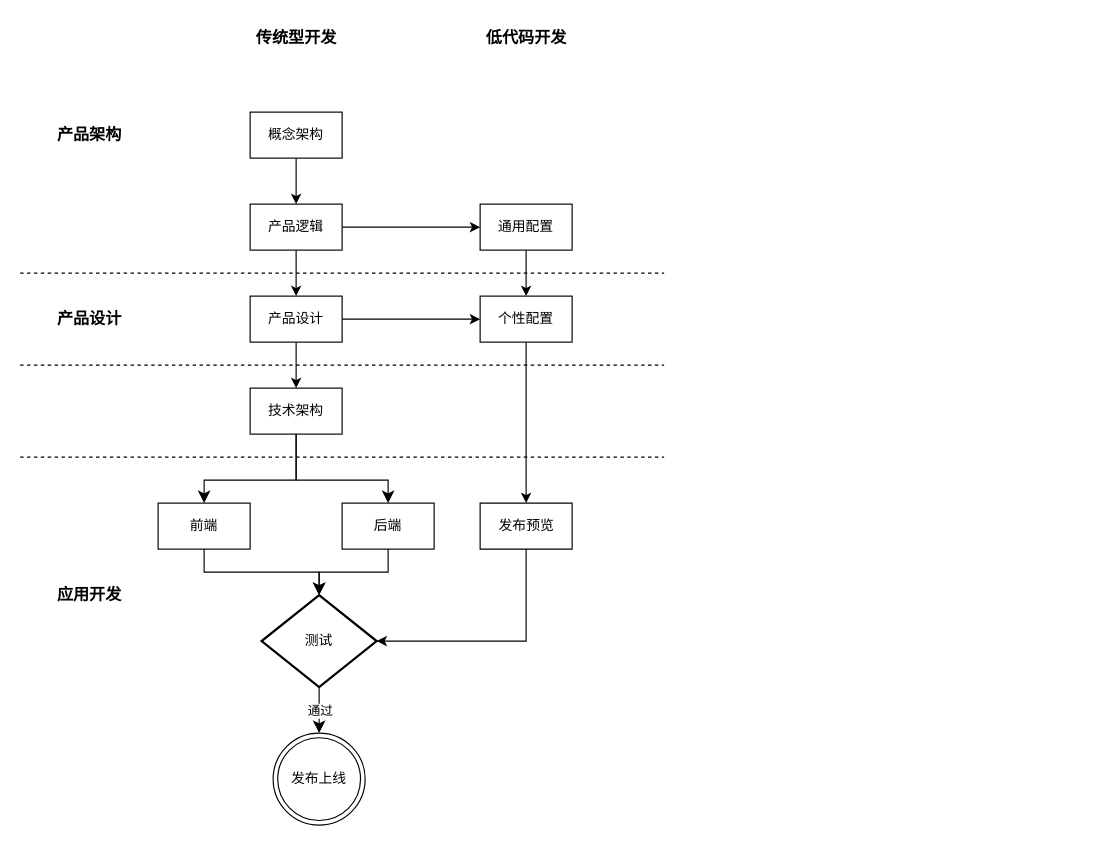
This is page "低代码开发" (1 of 2) of 低代码与传统模式开发流程差异.drawio from zy380196088/draw-workspace, a draw.io file, before an edit. Source tidied: cells renumbered, new cells numbered last; positions are measured from the earlier drawing's top-left corner, leaving out a move shared by most shapes. Both pictures are drawn from the tidied source at 115%, with x=0, y=0 at pixel (20, 20).
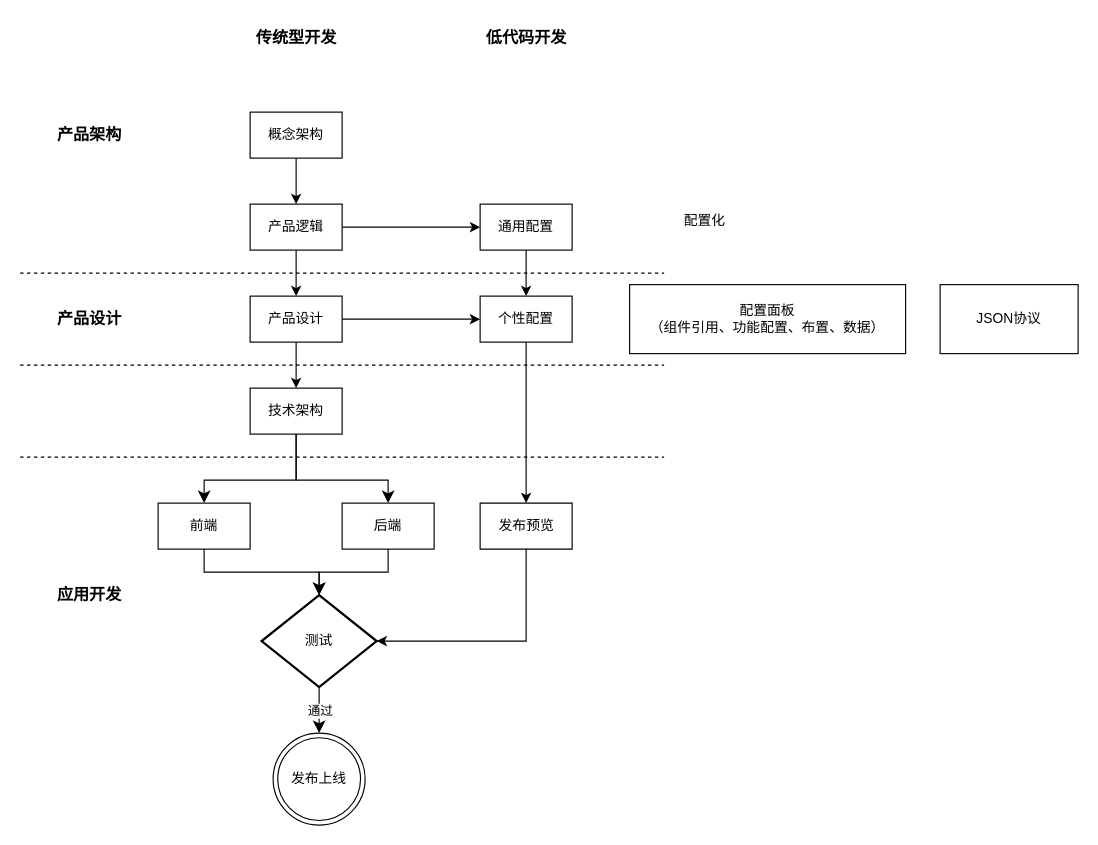
Above is the later version.

Commit message:
更新低代码与传统模式开发流程差异.drawio

Change to the diagram source:
```diff
@@
+    <mxCell id="35" value="配置面板&lt;div&gt;（组件引用、功能配置、布置、数据）&lt;/div&gt;" style="rounded=0;whiteSpace=wrap;html=1;" parent="1" vertex="1">
+      <mxGeometry x="530" y="230" width="240" height="60" as="geometry" />
+    </mxCell>
+    <mxCell id="36" value="配置化" style="text;html=1;align=center;verticalAlign=middle;strokeColor=none;fillColor=none;" parent="1" vertex="1">
+      <mxGeometry x="560" y="160" width="70" height="30" as="geometry" />
+    </mxCell>
+    <mxCell id="37" value="JSON协议" style="rounded=0;whiteSpace=wrap;html=1;" parent="1" vertex="1">
+      <mxGeometry x="800" y="230" width="120" height="60" as="geometry" />
+    </mxCell>
```
